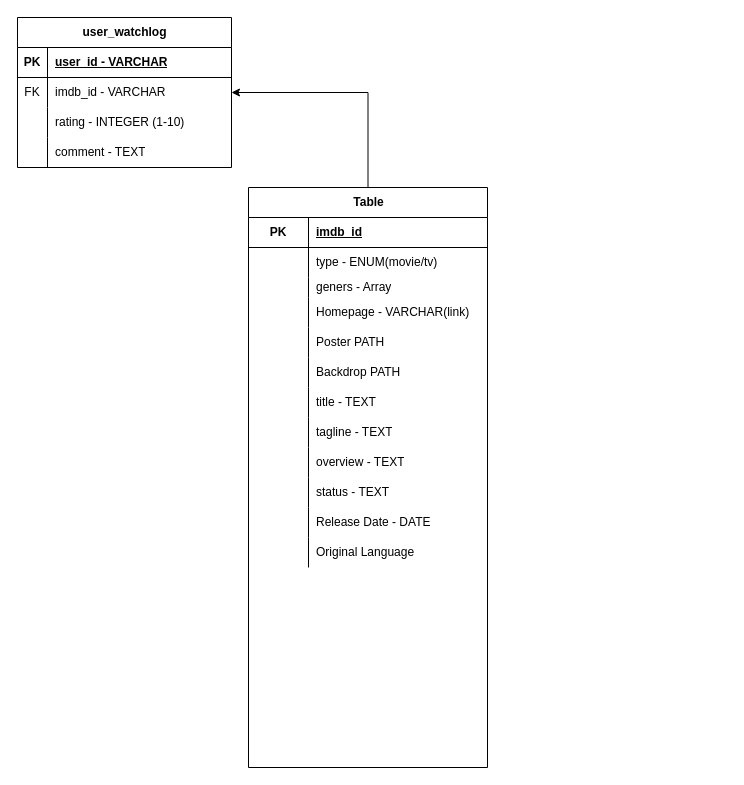
The draw.io diagram ER.drawio in PranavChaturvedi/seenflix-backend, before the edit. Source tidied: cells renumbered, new cells numbered last; positions are measured from the earlier drawing's top-left corner, leaving out a move shared by most shapes. Both pictures are drawn from the tidied source at 100%, with x=0, y=0 at pixel (17, 17).
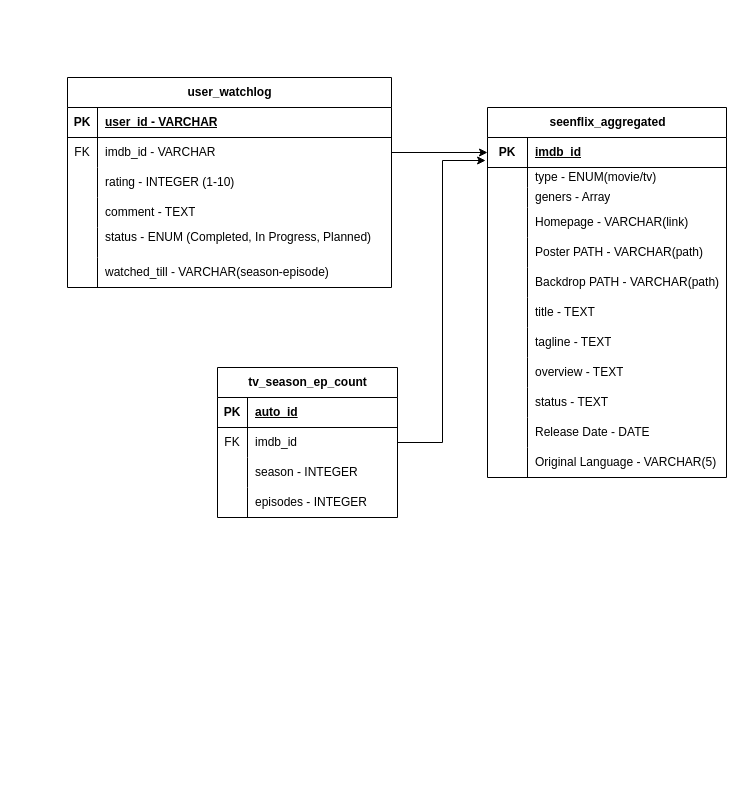
After the change.

The change refers to these unchanged cells:
```xml
<mxCell id="17" style="shape=tableRow;horizontal=0;startSize=0;swimlaneHead=0;swimlaneBody=0;fillColor=none;points=[[0,0.5],[1,0.5]];portConstraint=eastwest;top=0;left=0;right=0;bottom=1;" parent="16" vertex="1">
  <mxGeometry y="30" width="239" height="30" as="geometry" />
</mxCell>
```

The edit, as a diff of the source:
```diff
@@
     <mxCell id="2" value="user_watchlog" style="shape=table;startSize=30;childLayout=tableLayout;rowLines=0;fontStyle=1;align=center;html=1;" parent="1" vertex="1">
-      <mxGeometry width="214" height="150" as="geometry" />
+      <mxGeometry x="50" y="60" width="324" height="210" as="geometry" />
     </mxCell>
     <mxCell id="3" style="shape=tableRow;horizontal=0;startSize=0;swimlaneHead=0;swimlaneBody=0;fillColor=none;top=0;left=0;right=0;bottom=1;" parent="2" vertex="1">
-      <mxGeometry y="30" width="214" height="30" as="geometry" />
+      <mxGeometry y="30" width="324" height="30" as="geometry" />
     </mxCell>
@@
     <mxCell id="5" value="user_id - VARCHAR" style="shape=partialRectangle;fillColor=none;top=0;left=0;bottom=0;right=0;align=left;spacingLeft=6;fontStyle=5;overflow=hidden;whiteSpace=wrap;html=1;" parent="3" vertex="1">
-      <mxGeometry x="30" width="184" height="30" as="geometry" />
+      <mxGeometry x="30" width="294" height="30" as="geometry" />
     </mxCell>
     <mxCell id="6" style="shape=tableRow;horizontal=0;startSize=0;swimlaneHead=0;swimlaneBody=0;fillColor=none;points=[[0,0.5],[1,0.5]];portConstraint=eastwest;top=0;left=0;right=0;bottom=0;" parent="2" vertex="1">
-      <mxGeometry y="60" width="214" height="30" as="geometry" />
+      <mxGeometry y="60" width="324" height="30" as="geometry" />
     </mxCell>
@@
     <mxCell id="8" value="imdb_id - VARCHAR" style="shape=partialRectangle;fillColor=none;top=0;left=0;bottom=0;right=0;align=left;spacingLeft=6;overflow=hidden;whiteSpace=wrap;html=1;" parent="6" vertex="1">
-      <mxGeometry x="30" width="184" height="30" as="geometry" />
+      <mxGeometry x="30" width="294" height="30" as="geometry" />
     </mxCell>
     <mxCell id="9" style="shape=tableRow;horizontal=0;startSize=0;swimlaneHead=0;swimlaneBody=0;fillColor=none;top=0;left=0;right=0;bottom=0;" parent="2" vertex="1">
-      <mxGeometry y="90" width="214" height="30" as="geometry" />
+      <mxGeometry y="90" width="324" height="30" as="geometry" />
     </mxCell>
@@
     <mxCell id="11" value="rating - INTEGER (1-10)" style="shape=partialRectangle;fillColor=none;top=0;left=0;bottom=0;right=0;align=left;spacingLeft=6;overflow=hidden;whiteSpace=wrap;html=1;" parent="9" vertex="1">
-      <mxGeometry x="30" width="184" height="30" as="geometry" />
+      <mxGeometry x="30" width="294" height="30" as="geometry" />
     </mxCell>
     <mxCell id="12" style="shape=tableRow;horizontal=0;startSize=0;swimlaneHead=0;swimlaneBody=0;fillColor=none;top=0;left=0;right=0;bottom=0;" parent="2" vertex="1">
-      <mxGeometry y="120" width="214" height="30" as="geometry" />
+      <mxGeometry y="120" width="324" height="30" as="geometry" />
     </mxCell>
@@
     <mxCell id="14" value="comment - TEXT" style="shape=partialRectangle;fillColor=none;top=0;left=0;bottom=0;right=0;align=left;spacingLeft=6;overflow=hidden;whiteSpace=wrap;html=1;" parent="12" vertex="1">
-      <mxGeometry x="30" width="184" height="30" as="geometry" />
+      <mxGeometry x="30" width="294" height="30" as="geometry" />
     </mxCell>
-    <mxCell id="15" style="edgeStyle=orthogonalEdgeStyle;rounded=0;jettySize=auto;html=1;entryX=1;entryY=0.5;entryDx=0;entryDy=0;" parent="1" edge="1" source="16" target="6">
-      <mxGeometry relative="1" as="geometry" />
-    </mxCell>
+    <mxCell id="53" style="shape=tableRow;horizontal=0;startSize=0;swimlaneHead=0;swimlaneBody=0;fillColor=none;top=0;left=0;right=0;bottom=0;" parent="2" vertex="1">
+      <mxGeometry y="150" width="324" height="30" as="geometry" />
+    </mxCell>
+    <mxCell id="54" style="shape=partialRectangle;fillColor=none;top=0;left=0;bottom=0;right=0;overflow=hidden;whiteSpace=wrap;html=1;" parent="53" vertex="1">
+      <mxGeometry width="30" height="30" as="geometry" />
+    </mxCell>
+    <mxCell id="55" value="status - ENUM (Completed, In Progress, Planned)&lt;div&gt;&lt;br&gt;&lt;/div&gt;" style="shape=partialRectangle;fillColor=none;top=0;left=0;bottom=0;right=0;align=left;spacingLeft=6;overflow=hidden;whiteSpace=wrap;html=1;" parent="53" vertex="1">
+      <mxGeometry x="30" width="294" height="30" as="geometry" />
+    </mxCell>
+    <mxCell id="56" style="shape=tableRow;horizontal=0;startSize=0;swimlaneHead=0;swimlaneBody=0;fillColor=none;top=0;left=0;right=0;bottom=0;" parent="2" vertex="1">
+      <mxGeometry y="180" width="324" height="30" as="geometry" />
+    </mxCell>
+    <mxCell id="57" style="shape=partialRectangle;fillColor=none;top=0;left=0;bottom=0;right=0;overflow=hidden;whiteSpace=wrap;html=1;" parent="56" vertex="1">
+      <mxGeometry width="30" height="30" as="geometry" />
+    </mxCell>
+    <mxCell id="58" value="watched_till - VARCHAR(season-episode)" style="shape=partialRectangle;fillColor=none;top=0;left=0;bottom=0;right=0;align=left;spacingLeft=6;overflow=hidden;whiteSpace=wrap;html=1;" parent="56" vertex="1">
+      <mxGeometry x="30" width="294" height="30" as="geometry" />
+    </mxCell>
-    <mxCell id="16" value="Table" style="shape=table;startSize=30;childLayout=tableLayout;rowLines=0;fontStyle=1;align=center;html=1;" parent="1" vertex="1">
-      <mxGeometry x="231" y="170" width="239" height="580" as="geometry" />
+    <mxCell id="16" value="seenflix_aggregated" style="shape=table;startSize=30;childLayout=tableLayout;rowLines=0;fontStyle=1;align=center;html=1;" parent="1" vertex="1">
+      <mxGeometry x="470" y="90" width="239" height="370" as="geometry" />
     </mxCell>
@@
     <mxCell id="18" value="PK" style="shape=partialRectangle;fillColor=none;top=0;left=0;bottom=0;right=0;fontStyle=1;overflow=hidden;whiteSpace=wrap;html=1;" parent="17" vertex="1">
-      <mxGeometry width="60" height="30" as="geometry" />
+      <mxGeometry width="40" height="30" as="geometry" />
     </mxCell>
     <mxCell id="19" value="imdb_id" style="shape=partialRectangle;fillColor=none;top=0;left=0;bottom=0;right=0;align=left;spacingLeft=6;fontStyle=5;overflow=hidden;whiteSpace=wrap;html=1;" parent="17" vertex="1">
-      <mxGeometry x="60" width="179" height="30" as="geometry" />
+      <mxGeometry x="40" width="199" height="30" as="geometry" />
     </mxCell>
     <mxCell id="20" style="shape=tableRow;horizontal=0;startSize=0;swimlaneHead=0;swimlaneBody=0;fillColor=none;top=0;left=0;right=0;bottom=0;" parent="16" vertex="1">
-      <mxGeometry y="60" width="239" height="30" as="geometry" />
+      <mxGeometry y="60" width="239" height="20" as="geometry" />
     </mxCell>
     <mxCell id="21" style="shape=partialRectangle;fillColor=none;top=0;left=0;bottom=0;right=0;overflow=hidden;whiteSpace=wrap;html=1;" parent="20" vertex="1">
-      <mxGeometry width="60" height="30" as="geometry" />
+      <mxGeometry width="40" height="20" as="geometry" />
     </mxCell>
     <mxCell id="22" value="type - ENUM(movie/tv)" style="shape=partialRectangle;fillColor=none;top=0;left=0;bottom=0;right=0;align=left;spacingLeft=6;overflow=hidden;whiteSpace=wrap;html=1;" parent="20" vertex="1">
-      <mxGeometry x="60" width="179" height="30" as="geometry" />
+      <mxGeometry x="40" width="199" height="20" as="geometry" />
     </mxCell>
     <mxCell id="23" style="shape=tableRow;horizontal=0;startSize=0;swimlaneHead=0;swimlaneBody=0;fillColor=none;top=0;left=0;right=0;bottom=0;" parent="16" vertex="1">
-      <mxGeometry y="90" width="239" height="20" as="geometry" />
+      <mxGeometry y="80" width="239" height="20" as="geometry" />
     </mxCell>
     <mxCell id="24" style="shape=partialRectangle;fillColor=none;top=0;left=0;bottom=0;right=0;overflow=hidden;whiteSpace=wrap;html=1;" parent="23" vertex="1">
-      <mxGeometry width="60" height="20" as="geometry" />
+      <mxGeometry width="40" height="20" as="geometry" />
     </mxCell>
     <mxCell id="25" value="geners - Array" style="shape=partialRectangle;fillColor=none;top=0;left=0;bottom=0;right=0;align=left;spacingLeft=6;overflow=hidden;whiteSpace=wrap;html=1;" parent="23" vertex="1">
-      <mxGeometry x="60" width="179" height="20" as="geometry" />
+      <mxGeometry x="40" width="199" height="20" as="geometry" />
     </mxCell>
     <mxCell id="26" style="shape=tableRow;horizontal=0;startSize=0;swimlaneHead=0;swimlaneBody=0;fillColor=none;top=0;left=0;right=0;bottom=0;" parent="16" vertex="1">
-      <mxGeometry y="110" width="239" height="30" as="geometry" />
+      <mxGeometry y="100" width="239" height="30" as="geometry" />
     </mxCell>
     <mxCell id="27" style="shape=partialRectangle;fillColor=none;top=0;left=0;bottom=0;right=0;overflow=hidden;whiteSpace=wrap;html=1;" parent="26" vertex="1">
-      <mxGeometry width="60" height="30" as="geometry" />
+      <mxGeometry width="40" height="30" as="geometry" />
     </mxCell>
     <mxCell id="28" value="Homepage - VARCHAR(link)" style="shape=partialRectangle;fillColor=none;top=0;left=0;bottom=0;right=0;align=left;spacingLeft=6;overflow=hidden;whiteSpace=wrap;html=1;" parent="26" vertex="1">
-      <mxGeometry x="60" width="179" height="30" as="geometry" />
+      <mxGeometry x="40" width="199" height="30" as="geometry" />
     </mxCell>
     <mxCell id="29" style="shape=tableRow;horizontal=0;startSize=0;swimlaneHead=0;swimlaneBody=0;fillColor=none;top=0;left=0;right=0;bottom=0;" parent="16" vertex="1">
-      <mxGeometry y="140" width="239" height="30" as="geometry" />
+      <mxGeometry y="130" width="239" height="30" as="geometry" />
     </mxCell>
     <mxCell id="30" style="shape=partialRectangle;fillColor=none;top=0;left=0;bottom=0;right=0;overflow=hidden;whiteSpace=wrap;html=1;" parent="29" vertex="1">
-      <mxGeometry width="60" height="30" as="geometry" />
+      <mxGeometry width="40" height="30" as="geometry" />
     </mxCell>
-    <mxCell id="31" value="Poster PATH" style="shape=partialRectangle;fillColor=none;top=0;left=0;bottom=0;right=0;align=left;spacingLeft=6;overflow=hidden;whiteSpace=wrap;html=1;" parent="29" vertex="1">
-      <mxGeometry x="60" width="179" height="30" as="geometry" />
+    <mxCell id="31" value="Poster PATH - VARCHAR(path)" style="shape=partialRectangle;fillColor=none;top=0;left=0;bottom=0;right=0;align=left;spacingLeft=6;overflow=hidden;whiteSpace=wrap;html=1;" parent="29" vertex="1">
+      <mxGeometry x="40" width="199" height="30" as="geometry" />
     </mxCell>
     <mxCell id="32" style="shape=tableRow;horizontal=0;startSize=0;swimlaneHead=0;swimlaneBody=0;fillColor=none;top=0;left=0;right=0;bottom=0;" parent="16" vertex="1">
-      <mxGeometry y="170" width="239" height="30" as="geometry" />
+      <mxGeometry y="160" width="239" height="30" as="geometry" />
     </mxCell>
     <mxCell id="33" style="shape=partialRectangle;fillColor=none;top=0;left=0;bottom=0;right=0;overflow=hidden;whiteSpace=wrap;html=1;" parent="32" vertex="1">
-      <mxGeometry width="60" height="30" as="geometry" />
+      <mxGeometry width="40" height="30" as="geometry" />
     </mxCell>
-    <mxCell id="34" value="Backdrop PATH" style="shape=partialRectangle;fillColor=none;top=0;left=0;bottom=0;right=0;align=left;spacingLeft=6;overflow=hidden;whiteSpace=wrap;html=1;" parent="32" vertex="1">
-      <mxGeometry x="60" width="179" height="30" as="geometry" />
+    <mxCell id="34" value="Backdrop PATH - VARCHAR(path)" style="shape=partialRectangle;fillColor=none;top=0;left=0;bottom=0;right=0;align=left;spacingLeft=6;overflow=hidden;whiteSpace=wrap;html=1;" parent="32" vertex="1">
+      <mxGeometry x="40" width="199" height="30" as="geometry" />
     </mxCell>
     <mxCell id="35" style="shape=tableRow;horizontal=0;startSize=0;swimlaneHead=0;swimlaneBody=0;fillColor=none;top=0;left=0;right=0;bottom=0;" parent="16" vertex="1">
-      <mxGeometry y="200" width="239" height="30" as="geometry" />
+      <mxGeometry y="190" width="239" height="30" as="geometry" />
     </mxCell>
     <mxCell id="36" style="shape=partialRectangle;fillColor=none;top=0;left=0;bottom=0;right=0;overflow=hidden;whiteSpace=wrap;html=1;" parent="35" vertex="1">
-      <mxGeometry width="60" height="30" as="geometry" />
+      <mxGeometry width="40" height="30" as="geometry" />
     </mxCell>
     <mxCell id="37" value="title - TEXT" style="shape=partialRectangle;fillColor=none;top=0;left=0;bottom=0;right=0;align=left;spacingLeft=6;overflow=hidden;whiteSpace=wrap;html=1;" parent="35" vertex="1">
-      <mxGeometry x="60" width="179" height="30" as="geometry" />
+      <mxGeometry x="40" width="199" height="30" as="geometry" />
     </mxCell>
     <mxCell id="38" style="shape=tableRow;horizontal=0;startSize=0;swimlaneHead=0;swimlaneBody=0;fillColor=none;top=0;left=0;right=0;bottom=0;" parent="16" vertex="1">
-      <mxGeometry y="230" width="239" height="30" as="geometry" />
+      <mxGeometry y="220" width="239" height="30" as="geometry" />
     </mxCell>
     <mxCell id="39" style="shape=partialRectangle;fillColor=none;top=0;left=0;bottom=0;right=0;overflow=hidden;whiteSpace=wrap;html=1;" parent="38" vertex="1">
-      <mxGeometry width="60" height="30" as="geometry" />
+      <mxGeometry width="40" height="30" as="geometry" />
     </mxCell>
     <mxCell id="40" value="tagline - TEXT" style="shape=partialRectangle;fillColor=none;top=0;left=0;bottom=0;right=0;align=left;spacingLeft=6;overflow=hidden;whiteSpace=wrap;html=1;" parent="38" vertex="1">
-      <mxGeometry x="60" width="179" height="30" as="geometry" />
+      <mxGeometry x="40" width="199" height="30" as="geometry" />
     </mxCell>
     <mxCell id="41" style="shape=tableRow;horizontal=0;startSize=0;swimlaneHead=0;swimlaneBody=0;fillColor=none;top=0;left=0;right=0;bottom=0;" parent="16" vertex="1">
-      <mxGeometry y="260" width="239" height="30" as="geometry" />
+      <mxGeometry y="250" width="239" height="30" as="geometry" />
     </mxCell>
     <mxCell id="42" style="shape=partialRectangle;fillColor=none;top=0;left=0;bottom=0;right=0;overflow=hidden;whiteSpace=wrap;html=1;" parent="41" vertex="1">
-      <mxGeometry width="60" height="30" as="geometry" />
+      <mxGeometry width="40" height="30" as="geometry" />
     </mxCell>
     <mxCell id="43" value="overview - TEXT" style="shape=partialRectangle;fillColor=none;top=0;left=0;bottom=0;right=0;align=left;spacingLeft=6;overflow=hidden;whiteSpace=wrap;html=1;" parent="41" vertex="1">
-      <mxGeometry x="60" width="179" height="30" as="geometry" />
+      <mxGeometry x="40" width="199" height="30" as="geometry" />
     </mxCell>
     <mxCell id="44" style="shape=tableRow;horizontal=0;startSize=0;swimlaneHead=0;swimlaneBody=0;fillColor=none;top=0;left=0;right=0;bottom=0;" parent="16" vertex="1">
-      <mxGeometry y="290" width="239" height="30" as="geometry" />
+      <mxGeometry y="280" width="239" height="30" as="geometry" />
     </mxCell>
     <mxCell id="45" style="shape=partialRectangle;fillColor=none;top=0;left=0;bottom=0;right=0;overflow=hidden;whiteSpace=wrap;html=1;" parent="44" vertex="1">
-      <mxGeometry width="60" height="30" as="geometry" />
+      <mxGeometry width="40" height="30" as="geometry" />
     </mxCell>
     <mxCell id="46" value="status - TEXT" style="shape=partialRectangle;fillColor=none;top=0;left=0;bottom=0;right=0;align=left;spacingLeft=6;overflow=hidden;whiteSpace=wrap;html=1;" parent="44" vertex="1">
-      <mxGeometry x="60" width="179" height="30" as="geometry" />
+      <mxGeometry x="40" width="199" height="30" as="geometry" />
     </mxCell>
     <mxCell id="47" style="shape=tableRow;horizontal=0;startSize=0;swimlaneHead=0;swimlaneBody=0;fillColor=none;top=0;left=0;right=0;bottom=0;" parent="16" vertex="1">
-      <mxGeometry y="320" width="239" height="30" as="geometry" />
+      <mxGeometry y="310" width="239" height="30" as="geometry" />
     </mxCell>
     <mxCell id="48" style="shape=partialRectangle;fillColor=none;top=0;left=0;bottom=0;right=0;overflow=hidden;whiteSpace=wrap;html=1;" parent="47" vertex="1">
-      <mxGeometry width="60" height="30" as="geometry" />
+      <mxGeometry width="40" height="30" as="geometry" />
     </mxCell>
     <mxCell id="49" value="Release Date - DATE" style="shape=partialRectangle;fillColor=none;top=0;left=0;bottom=0;right=0;align=left;spacingLeft=6;overflow=hidden;whiteSpace=wrap;html=1;" parent="47" vertex="1">
-      <mxGeometry x="60" width="179" height="30" as="geometry" />
+      <mxGeometry x="40" width="199" height="30" as="geometry" />
     </mxCell>
     <mxCell id="50" style="shape=tableRow;horizontal=0;startSize=0;swimlaneHead=0;swimlaneBody=0;fillColor=none;top=0;left=0;right=0;bottom=0;" parent="16" vertex="1">
-      <mxGeometry y="350" width="239" height="30" as="geometry" />
+      <mxGeometry y="340" width="239" height="30" as="geometry" />
     </mxCell>
     <mxCell id="51" style="shape=partialRectangle;fillColor=none;top=0;left=0;bottom=0;right=0;overflow=hidden;whiteSpace=wrap;html=1;" parent="50" vertex="1">
-      <mxGeometry width="60" height="30" as="geometry" />
+      <mxGeometry width="40" height="30" as="geometry" />
     </mxCell>
-    <mxCell id="52" value="Original Language" style="shape=partialRectangle;fillColor=none;top=0;left=0;bottom=0;right=0;align=left;spacingLeft=6;overflow=hidden;whiteSpace=wrap;html=1;" parent="50" vertex="1">
-      <mxGeometry x="60" width="179" height="30" as="geometry" />
+    <mxCell id="52" value="Original Language - VARCHAR(5)" style="shape=partialRectangle;fillColor=none;top=0;left=0;bottom=0;right=0;align=left;spacingLeft=6;overflow=hidden;whiteSpace=wrap;html=1;" parent="50" vertex="1">
+      <mxGeometry x="40" width="199" height="30" as="geometry" />
     </mxCell>
+    <mxCell id="59" value="tv_season_ep_count" style="shape=table;startSize=30;childLayout=tableLayout;rowLines=0;fontStyle=1;align=center;html=1;" parent="1" vertex="1">
+      <mxGeometry x="200" y="350" width="180" height="150" as="geometry" />
+    </mxCell>
+    <mxCell id="60" style="shape=tableRow;horizontal=0;startSize=0;swimlaneHead=0;swimlaneBody=0;fillColor=none;top=0;left=0;right=0;bottom=1;" parent="59" vertex="1">
+      <mxGeometry y="30" width="180" height="30" as="geometry" />
+    </mxCell>
+    <mxCell id="61" value="PK" style="shape=partialRectangle;fillColor=none;top=0;left=0;bottom=0;right=0;fontStyle=1;overflow=hidden;whiteSpace=wrap;html=1;" parent="60" vertex="1">
+      <mxGeometry width="30" height="30" as="geometry" />
+    </mxCell>
+    <mxCell id="62" value="auto_id" style="shape=partialRectangle;fillColor=none;top=0;left=0;bottom=0;right=0;align=left;spacingLeft=6;fontStyle=5;overflow=hidden;whiteSpace=wrap;html=1;" parent="60" vertex="1">
+      <mxGeometry x="30" width="150" height="30" as="geometry" />
+    </mxCell>
+    <mxCell id="63" style="shape=tableRow;horizontal=0;startSize=0;swimlaneHead=0;swimlaneBody=0;fillColor=none;points=[[0,0.5],[1,0.5]];portConstraint=eastwest;top=0;left=0;right=0;bottom=0;" parent="59" vertex="1">
+      <mxGeometry y="60" width="180" height="30" as="geometry" />
+    </mxCell>
+    <mxCell id="64" value="FK" style="shape=partialRectangle;fillColor=none;top=0;left=0;bottom=0;right=0;overflow=hidden;whiteSpace=wrap;html=1;" parent="63" vertex="1">
+      <mxGeometry width="30" height="30" as="geometry" />
+    </mxCell>
+    <mxCell id="65" value="imdb_id" style="shape=partialRectangle;fillColor=none;top=0;left=0;bottom=0;right=0;align=left;spacingLeft=6;overflow=hidden;whiteSpace=wrap;html=1;" parent="63" vertex="1">
+      <mxGeometry x="30" width="150" height="30" as="geometry" />
+    </mxCell>
+    <mxCell id="66" style="shape=tableRow;horizontal=0;startSize=0;swimlaneHead=0;swimlaneBody=0;fillColor=none;top=0;left=0;right=0;bottom=0;" parent="59" vertex="1">
+      <mxGeometry y="90" width="180" height="30" as="geometry" />
+    </mxCell>
+    <mxCell id="67" style="shape=partialRectangle;fillColor=none;top=0;left=0;bottom=0;right=0;overflow=hidden;whiteSpace=wrap;html=1;" parent="66" vertex="1">
+      <mxGeometry width="30" height="30" as="geometry" />
+    </mxCell>
+    <mxCell id="68" value="season - INTEGER" style="shape=partialRectangle;fillColor=none;top=0;left=0;bottom=0;right=0;align=left;spacingLeft=6;overflow=hidden;whiteSpace=wrap;html=1;" parent="66" vertex="1">
+      <mxGeometry x="30" width="150" height="30" as="geometry" />
+    </mxCell>
+    <mxCell id="69" style="shape=tableRow;horizontal=0;startSize=0;swimlaneHead=0;swimlaneBody=0;fillColor=none;top=0;left=0;right=0;bottom=0;" parent="59" vertex="1">
+      <mxGeometry y="120" width="180" height="30" as="geometry" />
+    </mxCell>
+    <mxCell id="70" style="shape=partialRectangle;fillColor=none;top=0;left=0;bottom=0;right=0;overflow=hidden;whiteSpace=wrap;html=1;" parent="69" vertex="1">
+      <mxGeometry width="30" height="30" as="geometry" />
+    </mxCell>
+    <mxCell id="71" value="episodes - INTEGER" style="shape=partialRectangle;fillColor=none;top=0;left=0;bottom=0;right=0;align=left;spacingLeft=6;overflow=hidden;whiteSpace=wrap;html=1;" parent="69" vertex="1">
+      <mxGeometry x="30" width="150" height="30" as="geometry" />
+    </mxCell>
+    <mxCell id="72" style="edgeStyle=orthogonalEdgeStyle;rounded=0;jettySize=auto;html=1;entryX=-0.008;entryY=0.767;entryDx=0;entryDy=0;entryPerimeter=0;" parent="1" edge="1" source="63" target="17">
+      <mxGeometry relative="1" as="geometry" />
+    </mxCell>
+    <mxCell id="73" style="edgeStyle=orthogonalEdgeStyle;rounded=0;jettySize=auto;html=1;entryX=0;entryY=0.5;entryDx=0;entryDy=0;" parent="1" edge="1" source="6" target="17">
+      <mxGeometry relative="1" as="geometry" />
+    </mxCell>
```
